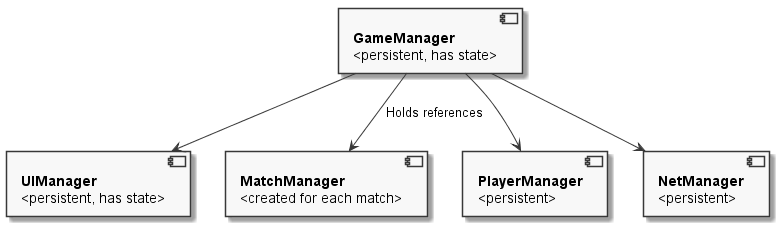
The PlantUML diagram inline_umlgraph_1.png in TheRoot89/BomberUnitsDocu, before a commit.
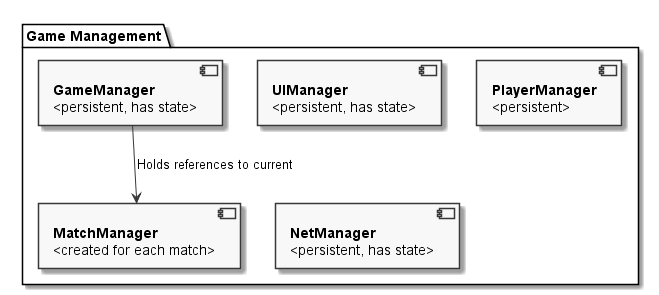
After the commit.

The edit, as a diff of the source:
```diff
@@ -3,33 +3,33 @@
    skinparam componentStyle uml2
 
 
-component GameManager [
-    **GameManager**
-    <persistent, has state>
-]
+package "Game Management" {
+    component GameManager [
+        **GameManager**
+        <persistent, has state>
+    ]
 
-component UIManager [
-    **UIManager**
-    <persistent, has state>
-]
+    component UIManager [
+        **UIManager**
+        <persistent, has state>
+    ]
 
-component MatchManager [
-    **MatchManager**
-    <created for each match>
-]
+    component MatchManager [
+        **MatchManager**
+        <created for each match>
+    ]
 
-component PlayerManager [
-    **PlayerManager**
-    <persistent>
-]
+    component PlayerManager [
+        **PlayerManager**
+        <persistent>
+    ]
 
-component NetManager [
-    **NetManager**
-    <persistent>
-]
+    component NetManager [
+        **NetManager**
+        <persistent, has state>
+    ]
+}
 
-GameManager --> UIManager
-GameManager --> MatchManager : Holds references
-GameManager --> PlayerManager
-GameManager --> NetManager
+GameManager --> MatchManager : Holds references to current
+
 @enduml
```
